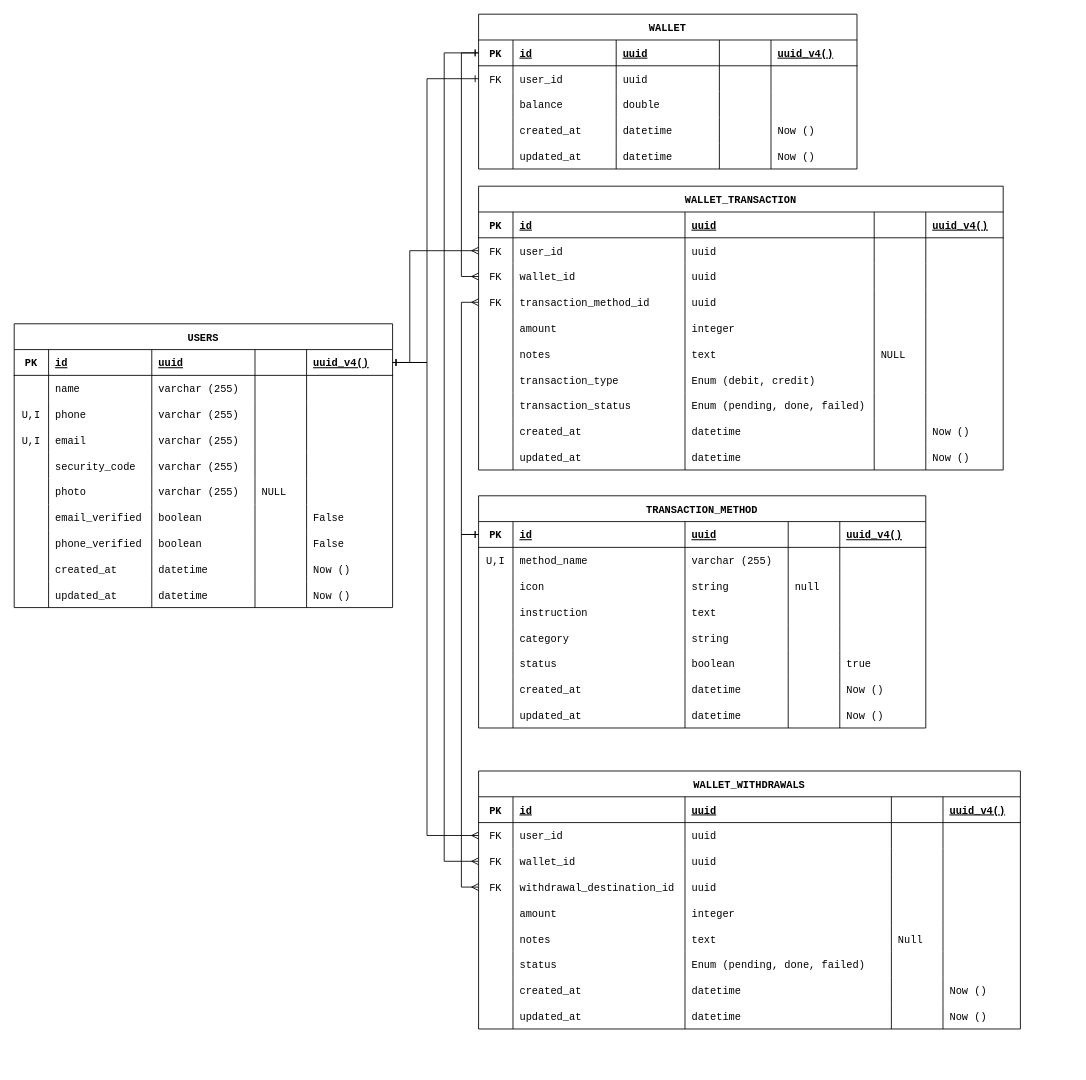
foxxxesky/Final-Projects-Backend-OVO keeps this draw.io diagram as page "Schema" (1 of 3) of requirements/Database ERD.drawio. Above is the earlier version. Source tidied: cells renumbered, new cells numbered last; positions are measured from the earlier drawing's top-left corner, leaving out a move shared by most shapes. Both pictures are drawn from the tidied source at 86%, with x=0, y=0 at pixel (14, 14).
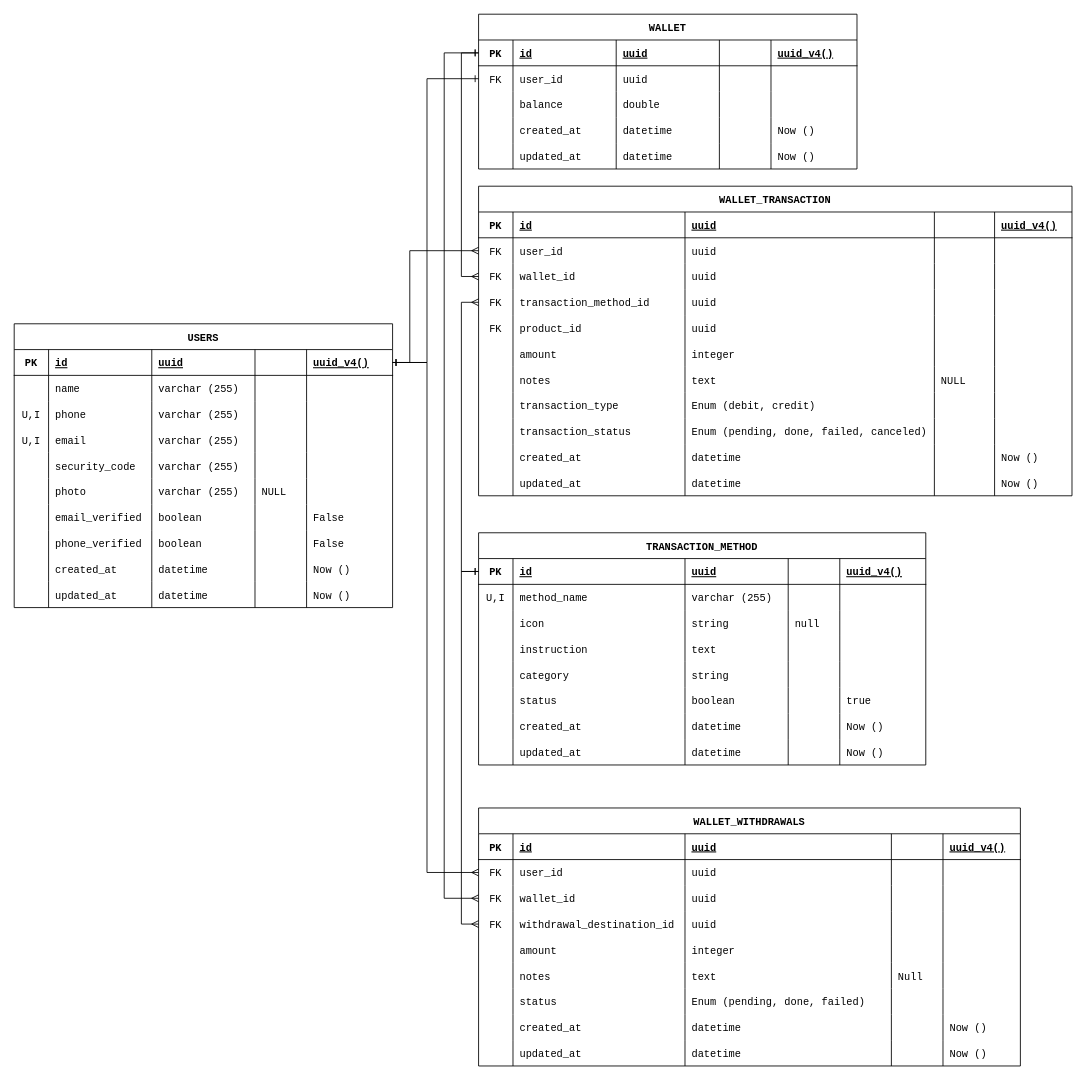
The same page after the edit.

The change refers to these unchanged cells:
```xml
<mxCell id="3" style="shape=tableRow;horizontal=0;startSize=0;swimlaneHead=0;swimlaneBody=0;fillColor=none;points=[[0,0.5],[1,0.5]];portConstraint=eastwest;top=0;left=0;right=0;bottom=1;fontFamily=Courier New;" parent="2" vertex="1">
  <mxGeometry y="30" width="440" height="30" as="geometry" />
</mxCell>
<mxCell id="64" style="shape=tableRow;horizontal=0;startSize=0;swimlaneHead=0;swimlaneBody=0;fillColor=none;points=[[0,0.5],[1,0.5]];portConstraint=eastwest;top=0;left=0;right=0;bottom=1;fontFamily=Courier New;" parent="63" vertex="1">
  <mxGeometry y="30" width="440" height="30" as="geometry" />
</mxCell>
<mxCell id="157" style="shape=tableRow;horizontal=0;startSize=0;swimlaneHead=0;swimlaneBody=0;fillColor=none;points=[[0,0.5],[1,0.5]];portConstraint=eastwest;top=0;left=0;right=0;bottom=1;fontFamily=Courier New;" parent="156" vertex="1">
  <mxGeometry y="30" width="520" height="30" as="geometry" />
</mxCell>
<mxCell id="215" style="shape=tableRow;horizontal=0;startSize=0;swimlaneHead=0;swimlaneBody=0;fillColor=none;points=[[0,0.5],[1,0.5]];portConstraint=eastwest;top=0;left=0;right=0;bottom=0;fontFamily=Courier New;" parent="208" vertex="1">
  <mxGeometry y="60" width="630" height="30" as="geometry" />
</mxCell>
<mxCell id="221" style="shape=tableRow;horizontal=0;startSize=0;swimlaneHead=0;swimlaneBody=0;fillColor=none;points=[[0,0.5],[1,0.5]];portConstraint=eastwest;top=0;left=0;right=0;bottom=0;fontFamily=Courier New;" parent="208" vertex="1">
  <mxGeometry y="90" width="630" height="30" as="geometry" />
</mxCell>
<mxCell id="227" style="shape=tableRow;horizontal=0;startSize=0;swimlaneHead=0;swimlaneBody=0;fillColor=none;points=[[0,0.5],[1,0.5]];portConstraint=eastwest;top=0;left=0;right=0;bottom=0;fontFamily=Courier New;" parent="208" vertex="1">
  <mxGeometry y="120" width="630" height="30" as="geometry" />
</mxCell>
```

Change to the diagram source:
```diff
@@
     <mxCell id="95" value="WALLET_TRANSACTION" style="shape=table;startSize=30;childLayout=tableLayout;rowLines=0;fontStyle=1;align=center;fontFamily=Courier New;" parent="1" vertex="1">
-      <mxGeometry x="540" y="200" width="610" height="330" as="geometry" />
+      <mxGeometry x="540" y="200" width="690" height="360" as="geometry" />
     </mxCell>
     <mxCell id="96" style="shape=tableRow;horizontal=0;startSize=0;swimlaneHead=0;swimlaneBody=0;fillColor=none;top=0;left=0;right=0;bottom=1;fontFamily=Courier New;" parent="95" vertex="1">
-      <mxGeometry y="30" width="610" height="30" as="geometry" />
+      <mxGeometry y="30" width="690" height="30" as="geometry" />
     </mxCell>
@@
     <mxCell id="99" value="uuid" style="shape=partialRectangle;fillColor=none;top=0;left=0;bottom=0;right=0;align=left;spacingLeft=6;fontStyle=5;overflow=hidden;fontFamily=Courier New;" parent="96" vertex="1">
-      <mxGeometry x="240" width="220" height="30" as="geometry" />
+      <mxGeometry x="240" width="290" height="30" as="geometry" />
     </mxCell>
     <mxCell id="100" style="shape=partialRectangle;fillColor=none;top=0;left=0;bottom=0;right=0;align=left;spacingLeft=6;fontStyle=5;overflow=hidden;fontFamily=Courier New;" parent="96" vertex="1">
-      <mxGeometry x="460" width="60" height="30" as="geometry" />
+      <mxGeometry x="530" width="70" height="30" as="geometry" />
     </mxCell>
     <mxCell id="101" value="uuid_v4()" style="shape=partialRectangle;fillColor=none;top=0;left=0;bottom=0;right=0;align=left;spacingLeft=6;fontStyle=5;overflow=hidden;fontFamily=Courier New;" parent="96" vertex="1">
-      <mxGeometry x="520" width="90" height="30" as="geometry" />
+      <mxGeometry x="600" width="90" height="30" as="geometry" />
     </mxCell>
     <mxCell id="102" style="shape=tableRow;horizontal=0;startSize=0;swimlaneHead=0;swimlaneBody=0;fillColor=none;points=[[0,0.5],[1,0.5]];portConstraint=eastwest;top=0;left=0;right=0;bottom=0;fontFamily=Courier New;" parent="95" vertex="1">
-      <mxGeometry y="60" width="610" height="30" as="geometry" />
+      <mxGeometry y="60" width="690" height="30" as="geometry" />
     </mxCell>
@@
     <mxCell id="105" value="uuid" style="shape=partialRectangle;fillColor=none;top=0;left=0;bottom=0;right=0;align=left;spacingLeft=6;overflow=hidden;fontFamily=Courier New;" parent="102" vertex="1">
-      <mxGeometry x="240" width="220" height="30" as="geometry" />
+      <mxGeometry x="240" width="290" height="30" as="geometry" />
     </mxCell>
     <mxCell id="106" style="shape=partialRectangle;fillColor=none;top=0;left=0;bottom=0;right=0;align=left;spacingLeft=6;overflow=hidden;fontFamily=Courier New;" parent="102" vertex="1">
-      <mxGeometry x="460" width="60" height="30" as="geometry" />
+      <mxGeometry x="530" width="70" height="30" as="geometry" />
     </mxCell>
     <mxCell id="107" style="shape=partialRectangle;fillColor=none;top=0;left=0;bottom=0;right=0;align=left;spacingLeft=6;overflow=hidden;fontFamily=Courier New;" parent="102" vertex="1">
-      <mxGeometry x="520" width="90" height="30" as="geometry" />
+      <mxGeometry x="600" width="90" height="30" as="geometry" />
     </mxCell>
     <mxCell id="108" style="shape=tableRow;horizontal=0;startSize=0;swimlaneHead=0;swimlaneBody=0;fillColor=none;points=[[0,0.5],[1,0.5]];portConstraint=eastwest;top=0;left=0;right=0;bottom=0;fontFamily=Courier New;" parent="95" vertex="1">
-      <mxGeometry y="90" width="610" height="30" as="geometry" />
+      <mxGeometry y="90" width="690" height="30" as="geometry" />
     </mxCell>
@@
     <mxCell id="111" value="uuid" style="shape=partialRectangle;fillColor=none;top=0;left=0;bottom=0;right=0;align=left;spacingLeft=6;overflow=hidden;fontFamily=Courier New;" parent="108" vertex="1">
-      <mxGeometry x="240" width="220" height="30" as="geometry" />
+      <mxGeometry x="240" width="290" height="30" as="geometry" />
     </mxCell>
     <mxCell id="112" style="shape=partialRectangle;fillColor=none;top=0;left=0;bottom=0;right=0;align=left;spacingLeft=6;overflow=hidden;fontFamily=Courier New;" parent="108" vertex="1">
-      <mxGeometry x="460" width="60" height="30" as="geometry" />
+      <mxGeometry x="530" width="70" height="30" as="geometry" />
     </mxCell>
     <mxCell id="113" style="shape=partialRectangle;fillColor=none;top=0;left=0;bottom=0;right=0;align=left;spacingLeft=6;overflow=hidden;fontFamily=Courier New;" parent="108" vertex="1">
-      <mxGeometry x="520" width="90" height="30" as="geometry" />
+      <mxGeometry x="600" width="90" height="30" as="geometry" />
     </mxCell>
     <mxCell id="114" style="shape=tableRow;horizontal=0;startSize=0;swimlaneHead=0;swimlaneBody=0;fillColor=none;points=[[0,0.5],[1,0.5]];portConstraint=eastwest;top=0;left=0;right=0;bottom=0;fontFamily=Courier New;" parent="95" vertex="1">
-      <mxGeometry y="120" width="610" height="30" as="geometry" />
+      <mxGeometry y="120" width="690" height="30" as="geometry" />
     </mxCell>
@@
     <mxCell id="117" value="uuid" style="shape=partialRectangle;fillColor=none;top=0;left=0;bottom=0;right=0;align=left;spacingLeft=6;overflow=hidden;fontFamily=Courier New;fontStyle=0;" parent="114" vertex="1">
-      <mxGeometry x="240" width="220" height="30" as="geometry" />
+      <mxGeometry x="240" width="290" height="30" as="geometry" />
     </mxCell>
     <mxCell id="118" style="shape=partialRectangle;fillColor=none;top=0;left=0;bottom=0;right=0;align=left;spacingLeft=6;overflow=hidden;fontFamily=Courier New;" parent="114" vertex="1">
-      <mxGeometry x="460" width="60" height="30" as="geometry" />
+      <mxGeometry x="530" width="70" height="30" as="geometry" />
     </mxCell>
     <mxCell id="119" style="shape=partialRectangle;fillColor=none;top=0;left=0;bottom=0;right=0;align=left;spacingLeft=6;overflow=hidden;fontFamily=Courier New;" parent="114" vertex="1">
-      <mxGeometry x="520" width="90" height="30" as="geometry" />
+      <mxGeometry x="600" width="90" height="30" as="geometry" />
     </mxCell>
+    <mxCell id="266" style="shape=tableRow;horizontal=0;startSize=0;swimlaneHead=0;swimlaneBody=0;fillColor=none;top=0;left=0;right=0;bottom=0;fontFamily=Courier New;" parent="95" vertex="1">
+      <mxGeometry y="150" width="690" height="30" as="geometry" />
+    </mxCell>
+    <mxCell id="267" value="FK" style="shape=partialRectangle;fillColor=none;top=0;left=0;bottom=0;right=0;overflow=hidden;fontFamily=Courier New;" parent="266" vertex="1">
+      <mxGeometry width="40" height="30" as="geometry" />
+    </mxCell>
+    <mxCell id="268" value="product_id" style="shape=partialRectangle;fillColor=none;top=0;left=0;bottom=0;right=0;align=left;spacingLeft=6;overflow=hidden;fontFamily=Courier New;" parent="266" vertex="1">
+      <mxGeometry x="40" width="200" height="30" as="geometry" />
+    </mxCell>
+    <mxCell id="269" value="uuid" style="shape=partialRectangle;fillColor=none;top=0;left=0;bottom=0;right=0;align=left;spacingLeft=6;overflow=hidden;fontFamily=Courier New;fontStyle=0;" parent="266" vertex="1">
+      <mxGeometry x="240" width="290" height="30" as="geometry" />
+    </mxCell>
+    <mxCell id="270" style="shape=partialRectangle;fillColor=none;top=0;left=0;bottom=0;right=0;align=left;spacingLeft=6;overflow=hidden;fontFamily=Courier New;" parent="266" vertex="1">
+      <mxGeometry x="530" width="70" height="30" as="geometry" />
+    </mxCell>
+    <mxCell id="271" style="shape=partialRectangle;fillColor=none;top=0;left=0;bottom=0;right=0;align=left;spacingLeft=6;overflow=hidden;fontFamily=Courier New;" parent="266" vertex="1">
+      <mxGeometry x="600" width="90" height="30" as="geometry" />
+    </mxCell>
     <mxCell id="120" style="shape=tableRow;horizontal=0;startSize=0;swimlaneHead=0;swimlaneBody=0;fillColor=none;top=0;left=0;right=0;bottom=0;fontFamily=Courier New;" parent="95" vertex="1">
-      <mxGeometry y="150" width="610" height="30" as="geometry" />
+      <mxGeometry y="180" width="690" height="30" as="geometry" />
     </mxCell>
@@
     <mxCell id="123" value="integer" style="shape=partialRectangle;fillColor=none;top=0;left=0;bottom=0;right=0;align=left;spacingLeft=6;overflow=hidden;fontFamily=Courier New;" parent="120" vertex="1">
-      <mxGeometry x="240" width="220" height="30" as="geometry" />
+      <mxGeometry x="240" width="290" height="30" as="geometry" />
     </mxCell>
     <mxCell id="124" style="shape=partialRectangle;fillColor=none;top=0;left=0;bottom=0;right=0;align=left;spacingLeft=6;overflow=hidden;fontFamily=Courier New;" parent="120" vertex="1">
-      <mxGeometry x="460" width="60" height="30" as="geometry" />
+      <mxGeometry x="530" width="70" height="30" as="geometry" />
     </mxCell>
     <mxCell id="125" style="shape=partialRectangle;fillColor=none;top=0;left=0;bottom=0;right=0;align=left;spacingLeft=6;overflow=hidden;fontFamily=Courier New;" parent="120" vertex="1">
-      <mxGeometry x="520" width="90" height="30" as="geometry" />
+      <mxGeometry x="600" width="90" height="30" as="geometry" />
     </mxCell>
     <mxCell id="126" style="shape=tableRow;horizontal=0;startSize=0;swimlaneHead=0;swimlaneBody=0;fillColor=none;top=0;left=0;right=0;bottom=0;fontFamily=Courier New;" parent="95" vertex="1">
-      <mxGeometry y="180" width="610" height="30" as="geometry" />
+      <mxGeometry y="210" width="690" height="30" as="geometry" />
     </mxCell>
@@
     <mxCell id="129" value="text" style="shape=partialRectangle;fillColor=none;top=0;left=0;bottom=0;right=0;align=left;spacingLeft=6;overflow=hidden;fontFamily=Courier New;" parent="126" vertex="1">
-      <mxGeometry x="240" width="220" height="30" as="geometry" />
+      <mxGeometry x="240" width="290" height="30" as="geometry" />
     </mxCell>
     <mxCell id="130" value="NULL" style="shape=partialRectangle;fillColor=none;top=0;left=0;bottom=0;right=0;align=left;spacingLeft=6;overflow=hidden;fontFamily=Courier New;" parent="126" vertex="1">
-      <mxGeometry x="460" width="60" height="30" as="geometry" />
+      <mxGeometry x="530" width="70" height="30" as="geometry" />
     </mxCell>
     <mxCell id="131" style="shape=partialRectangle;fillColor=none;top=0;left=0;bottom=0;right=0;align=left;spacingLeft=6;overflow=hidden;fontFamily=Courier New;" parent="126" vertex="1">
-      <mxGeometry x="520" width="90" height="30" as="geometry" />
+      <mxGeometry x="600" width="90" height="30" as="geometry" />
     </mxCell>
     <mxCell id="132" style="shape=tableRow;horizontal=0;startSize=0;swimlaneHead=0;swimlaneBody=0;fillColor=none;top=0;left=0;right=0;bottom=0;fontFamily=Courier New;" parent="95" vertex="1">
-      <mxGeometry y="210" width="610" height="30" as="geometry" />
+      <mxGeometry y="240" width="690" height="30" as="geometry" />
     </mxCell>
@@
     <mxCell id="135" value="Enum (debit, credit)" style="shape=partialRectangle;fillColor=none;top=0;left=0;bottom=0;right=0;align=left;spacingLeft=6;overflow=hidden;fontFamily=Courier New;" parent="132" vertex="1">
-      <mxGeometry x="240" width="220" height="30" as="geometry" />
+      <mxGeometry x="240" width="290" height="30" as="geometry" />
     </mxCell>
     <mxCell id="136" style="shape=partialRectangle;fillColor=none;top=0;left=0;bottom=0;right=0;align=left;spacingLeft=6;overflow=hidden;fontFamily=Courier New;" parent="132" vertex="1">
-      <mxGeometry x="460" width="60" height="30" as="geometry" />
+      <mxGeometry x="530" width="70" height="30" as="geometry" />
     </mxCell>
     <mxCell id="137" style="shape=partialRectangle;fillColor=none;top=0;left=0;bottom=0;right=0;align=left;spacingLeft=6;overflow=hidden;fontFamily=Courier New;" parent="132" vertex="1">
-      <mxGeometry x="520" width="90" height="30" as="geometry" />
+      <mxGeometry x="600" width="90" height="30" as="geometry" />
     </mxCell>
     <mxCell id="138" style="shape=tableRow;horizontal=0;startSize=0;swimlaneHead=0;swimlaneBody=0;fillColor=none;top=0;left=0;right=0;bottom=0;fontFamily=Courier New;" parent="95" vertex="1">
-      <mxGeometry y="240" width="610" height="30" as="geometry" />
+      <mxGeometry y="270" width="690" height="30" as="geometry" />
     </mxCell>
@@
-    <mxCell id="141" value="Enum (pending, done, failed)" style="shape=partialRectangle;fillColor=none;top=0;left=0;bottom=0;right=0;align=left;spacingLeft=6;overflow=hidden;fontFamily=Courier New;" parent="138" vertex="1">
-      <mxGeometry x="240" width="220" height="30" as="geometry" />
+    <mxCell id="141" value="Enum (pending, done, failed, canceled)" style="shape=partialRectangle;fillColor=none;top=0;left=0;bottom=0;right=0;align=left;spacingLeft=6;overflow=hidden;fontFamily=Courier New;" parent="138" vertex="1">
+      <mxGeometry x="240" width="290" height="30" as="geometry" />
     </mxCell>
     <mxCell id="142" style="shape=partialRectangle;fillColor=none;top=0;left=0;bottom=0;right=0;align=left;spacingLeft=6;overflow=hidden;fontFamily=Courier New;" parent="138" vertex="1">
-      <mxGeometry x="460" width="60" height="30" as="geometry" />
+      <mxGeometry x="530" width="70" height="30" as="geometry" />
     </mxCell>
     <mxCell id="143" style="shape=partialRectangle;fillColor=none;top=0;left=0;bottom=0;right=0;align=left;spacingLeft=6;overflow=hidden;fontFamily=Courier New;" parent="138" vertex="1">
-      <mxGeometry x="520" width="90" height="30" as="geometry" />
+      <mxGeometry x="600" width="90" height="30" as="geometry" />
     </mxCell>
     <mxCell id="144" style="shape=tableRow;horizontal=0;startSize=0;swimlaneHead=0;swimlaneBody=0;fillColor=none;top=0;left=0;right=0;bottom=0;fontFamily=Courier New;" parent="95" vertex="1">
-      <mxGeometry y="270" width="610" height="30" as="geometry" />
+      <mxGeometry y="300" width="690" height="30" as="geometry" />
     </mxCell>
@@
     <mxCell id="147" value="datetime" style="shape=partialRectangle;fillColor=none;top=0;left=0;bottom=0;right=0;align=left;spacingLeft=6;overflow=hidden;fontFamily=Courier New;" parent="144" vertex="1">
-      <mxGeometry x="240" width="220" height="30" as="geometry" />
+      <mxGeometry x="240" width="290" height="30" as="geometry" />
     </mxCell>
     <mxCell id="148" style="shape=partialRectangle;fillColor=none;top=0;left=0;bottom=0;right=0;align=left;spacingLeft=6;overflow=hidden;fontFamily=Courier New;" parent="144" vertex="1">
-      <mxGeometry x="460" width="60" height="30" as="geometry" />
+      <mxGeometry x="530" width="70" height="30" as="geometry" />
     </mxCell>
     <mxCell id="149" value="Now ()" style="shape=partialRectangle;fillColor=none;top=0;left=0;bottom=0;right=0;align=left;spacingLeft=6;overflow=hidden;fontFamily=Courier New;" parent="144" vertex="1">
-      <mxGeometry x="520" width="90" height="30" as="geometry" />
+      <mxGeometry x="600" width="90" height="30" as="geometry" />
     </mxCell>
     <mxCell id="150" style="shape=tableRow;horizontal=0;startSize=0;swimlaneHead=0;swimlaneBody=0;fillColor=none;top=0;left=0;right=0;bottom=0;fontFamily=Courier New;" parent="95" vertex="1">
-      <mxGeometry y="300" width="610" height="30" as="geometry" />
+      <mxGeometry y="330" width="690" height="30" as="geometry" />
     </mxCell>
@@
     <mxCell id="153" value="datetime" style="shape=partialRectangle;fillColor=none;top=0;left=0;bottom=0;right=0;align=left;spacingLeft=6;overflow=hidden;fontFamily=Courier New;" parent="150" vertex="1">
-      <mxGeometry x="240" width="220" height="30" as="geometry" />
+      <mxGeometry x="240" width="290" height="30" as="geometry" />
     </mxCell>
     <mxCell id="154" style="shape=partialRectangle;fillColor=none;top=0;left=0;bottom=0;right=0;align=left;spacingLeft=6;overflow=hidden;fontFamily=Courier New;" parent="150" vertex="1">
-      <mxGeometry x="460" width="60" height="30" as="geometry" />
+      <mxGeometry x="530" width="70" height="30" as="geometry" />
     </mxCell>
     <mxCell id="155" value="Now ()" style="shape=partialRectangle;fillColor=none;top=0;left=0;bottom=0;right=0;align=left;spacingLeft=6;overflow=hidden;fontFamily=Courier New;" parent="150" vertex="1">
-      <mxGeometry x="520" width="90" height="30" as="geometry" />
+      <mxGeometry x="600" width="90" height="30" as="geometry" />
     </mxCell>
     <mxCell id="156" value="TRANSACTION_METHOD" style="shape=table;startSize=30;childLayout=tableLayout;rowLines=0;fontStyle=1;align=center;fontFamily=Courier New;" parent="1" vertex="1">
-      <mxGeometry x="540" y="560" width="520" height="270" as="geometry" />
+      <mxGeometry x="540" y="603" width="520" height="270" as="geometry" />
     </mxCell>
@@
-    <mxCell id="207" style="edgeStyle=orthogonalEdgeStyle;html=1;entryX=0;entryY=0.5;entryDx=0;entryDy=0;rounded=0;startArrow=ERone;startFill=0;endArrow=ERmany;endFill=0;" parent="1" edge="1" source="157" target="114">
+    <mxCell id="207" style="edgeStyle=orthogonalEdgeStyle;html=1;entryX=0;entryY=0.5;entryDx=0;entryDy=0;rounded=0;startArrow=ERone;startFill=0;endArrow=ERmany;endFill=0;exitX=0;exitY=0.5;exitDx=0;exitDy=0;" parent="1" edge="1" source="157" target="114">
       <mxGeometry relative="1" as="geometry">
         <Array as="points">
-          <mxPoint x="520" y="605" />
+          <mxPoint x="520" y="648" />
           <mxPoint x="520" y="335" />
         </Array>
       </mxGeometry>
     </mxCell>
     <mxCell id="208" value="WALLET_WITHDRAWALS" style="shape=table;startSize=30;childLayout=tableLayout;rowLines=0;fontStyle=1;align=center;fontFamily=Courier New;" parent="1" vertex="1">
-      <mxGeometry x="540" y="880" width="630" height="300" as="geometry" />
+      <mxGeometry x="540" y="923" width="630" height="300" as="geometry" />
     </mxCell>
@@
     <mxCell id="263" style="edgeStyle=orthogonalEdgeStyle;html=1;entryX=0;entryY=0.5;entryDx=0;entryDy=0;startArrow=ERone;startFill=0;endArrow=ERmany;endFill=0;rounded=0;" parent="1" edge="1" source="3" target="215">
       <mxGeometry relative="1" as="geometry">
         <Array as="points">
           <mxPoint x="480" y="405" />
-          <mxPoint x="480" y="955" />
+          <mxPoint x="480" y="998" />
         </Array>
       </mxGeometry>
     </mxCell>
     <mxCell id="264" style="edgeStyle=orthogonalEdgeStyle;rounded=0;html=1;entryX=0;entryY=0.5;entryDx=0;entryDy=0;startArrow=ERone;startFill=0;endArrow=ERmany;endFill=0;" parent="1" edge="1" source="64" target="221">
       <mxGeometry relative="1" as="geometry">
         <Array as="points">
           <mxPoint x="500" y="45" />
-          <mxPoint x="500" y="985" />
+          <mxPoint x="500" y="1028" />
         </Array>
       </mxGeometry>
     </mxCell>
     <mxCell id="265" style="edgeStyle=orthogonalEdgeStyle;rounded=0;html=1;entryX=0;entryY=0.5;entryDx=0;entryDy=0;startArrow=ERone;startFill=0;endArrow=ERmany;endFill=0;" parent="1" edge="1" source="157" target="227">
       <mxGeometry relative="1" as="geometry">
         <Array as="points">
-          <mxPoint x="520" y="605" />
-          <mxPoint x="520" y="1015" />
+          <mxPoint x="520" y="648" />
+          <mxPoint x="520" y="1058" />
         </Array>
       </mxGeometry>
     </mxCell>
```
